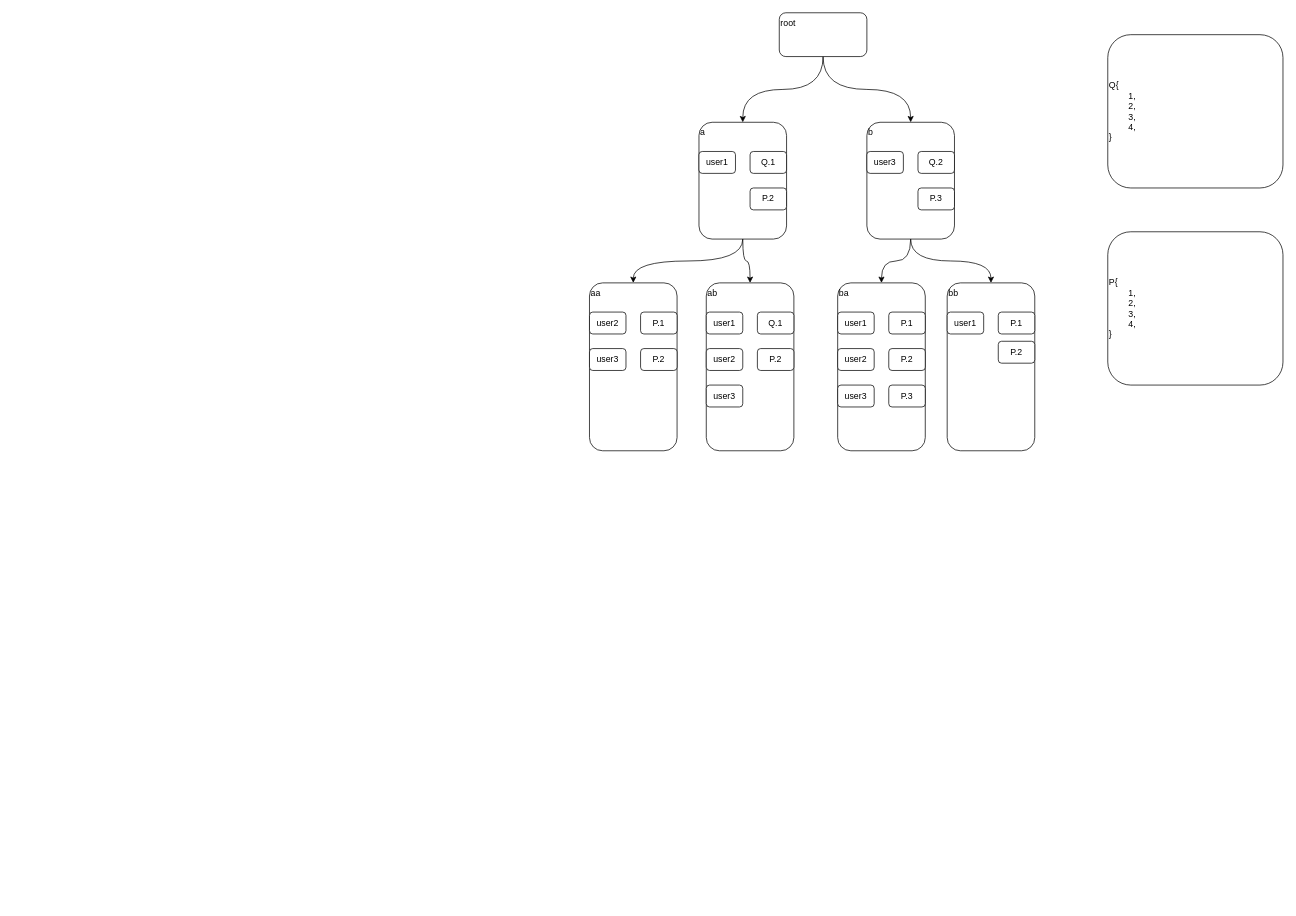
The draw.io diagram permission.drawio in xyfll7/xyfll7.github.io, before the edit. Source tidied: cells renumbered, new cells numbered last; positions are measured from the earlier drawing's top-left corner, leaving out a move shared by most shapes. Both pictures are drawn from the tidied source at 73%, with x=0, y=0 at pixel (589, 12).
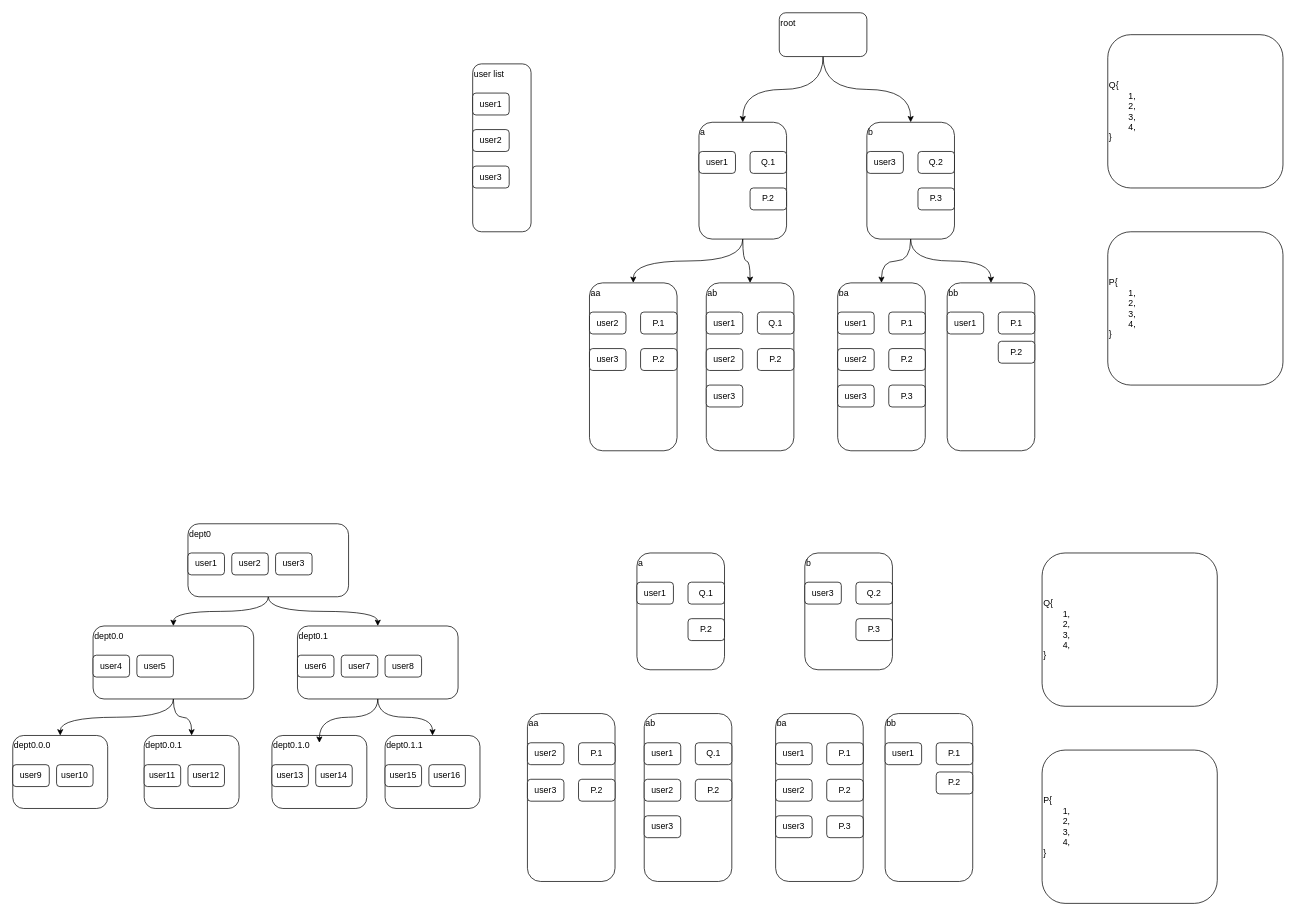
The same diagram, later.

Diff of the diagram source:
```diff
@@
+    <mxCell id="41" value="user list" style="rounded=1;whiteSpace=wrap;html=1;verticalAlign=top;align=left;" parent="1" vertex="1">
+      <mxGeometry x="-160" y="70" width="80" height="230" as="geometry" />
+    </mxCell>
+    <mxCell id="42" value="user1" style="rounded=1;whiteSpace=wrap;html=1;" parent="1" vertex="1">
+      <mxGeometry x="-160" y="110" width="50" height="30" as="geometry" />
+    </mxCell>
+    <mxCell id="43" value="user2" style="rounded=1;whiteSpace=wrap;html=1;" parent="1" vertex="1">
+      <mxGeometry x="-160" y="160" width="50" height="30" as="geometry" />
+    </mxCell>
+    <mxCell id="44" value="user3" style="rounded=1;whiteSpace=wrap;html=1;" parent="1" vertex="1">
+      <mxGeometry x="-160" y="210" width="50" height="30" as="geometry" />
+    </mxCell>
+    <mxCell id="45" value="a" style="rounded=1;whiteSpace=wrap;html=1;verticalAlign=top;align=left;" parent="1" vertex="1">
+      <mxGeometry x="65" y="740" width="120" height="160" as="geometry" />
+    </mxCell>
+    <mxCell id="46" value="b" style="rounded=1;whiteSpace=wrap;html=1;verticalAlign=top;align=left;" parent="1" vertex="1">
+      <mxGeometry x="295" y="740" width="120" height="160" as="geometry" />
+    </mxCell>
+    <mxCell id="47" value="aa" style="rounded=1;whiteSpace=wrap;html=1;verticalAlign=top;align=left;" parent="1" vertex="1">
+      <mxGeometry x="-85" y="960" width="120" height="230" as="geometry" />
+    </mxCell>
+    <mxCell id="48" value="bb" style="rounded=1;whiteSpace=wrap;html=1;verticalAlign=top;align=left;" parent="1" vertex="1">
+      <mxGeometry x="405" y="960" width="120" height="230" as="geometry" />
+    </mxCell>
+    <mxCell id="49" value="ab" style="rounded=1;whiteSpace=wrap;html=1;verticalAlign=top;align=left;" parent="1" vertex="1">
+      <mxGeometry x="75" y="960" width="120" height="230" as="geometry" />
+    </mxCell>
+    <mxCell id="50" value="ba" style="rounded=1;whiteSpace=wrap;html=1;verticalAlign=top;align=left;" parent="1" vertex="1">
+      <mxGeometry x="255" y="960" width="120" height="230" as="geometry" />
+    </mxCell>
+    <mxCell id="51" value="user1" style="rounded=1;whiteSpace=wrap;html=1;" parent="1" vertex="1">
+      <mxGeometry x="255" y="1000" width="50" height="30" as="geometry" />
+    </mxCell>
+    <mxCell id="52" value="user2" style="rounded=1;whiteSpace=wrap;html=1;" parent="1" vertex="1">
+      <mxGeometry x="255" y="1050" width="50" height="30" as="geometry" />
+    </mxCell>
+    <mxCell id="53" value="user3" style="rounded=1;whiteSpace=wrap;html=1;" parent="1" vertex="1">
+      <mxGeometry x="255" y="1100" width="50" height="30" as="geometry" />
+    </mxCell>
+    <mxCell id="54" value="user1" style="rounded=1;whiteSpace=wrap;html=1;" parent="1" vertex="1">
+      <mxGeometry x="75" y="1000" width="50" height="30" as="geometry" />
+    </mxCell>
+    <mxCell id="55" value="user2" style="rounded=1;whiteSpace=wrap;html=1;" parent="1" vertex="1">
+      <mxGeometry x="75" y="1050" width="50" height="30" as="geometry" />
+    </mxCell>
+    <mxCell id="56" value="user3" style="rounded=1;whiteSpace=wrap;html=1;" parent="1" vertex="1">
+      <mxGeometry x="75" y="1100" width="50" height="30" as="geometry" />
+    </mxCell>
+    <mxCell id="57" value="user3" style="rounded=1;whiteSpace=wrap;html=1;" parent="1" vertex="1">
+      <mxGeometry x="-85" y="1050" width="50" height="30" as="geometry" />
+    </mxCell>
+    <mxCell id="58" value="user2" style="rounded=1;whiteSpace=wrap;html=1;" parent="1" vertex="1">
+      <mxGeometry x="-85" y="1000" width="50" height="30" as="geometry" />
+    </mxCell>
+    <mxCell id="59" value="user1" style="rounded=1;whiteSpace=wrap;html=1;" parent="1" vertex="1">
+      <mxGeometry x="405" y="1000" width="50" height="30" as="geometry" />
+    </mxCell>
+    <mxCell id="60" value="user3" style="rounded=1;whiteSpace=wrap;html=1;" parent="1" vertex="1">
+      <mxGeometry x="295" y="780" width="50" height="30" as="geometry" />
+    </mxCell>
+    <mxCell id="61" value="user1" style="rounded=1;whiteSpace=wrap;html=1;" parent="1" vertex="1">
+      <mxGeometry x="65" y="780" width="50" height="30" as="geometry" />
+    </mxCell>
+    <mxCell id="62" value="P.1" style="rounded=1;whiteSpace=wrap;html=1;" parent="1" vertex="1">
+      <mxGeometry x="475" y="1000" width="50" height="30" as="geometry" />
+    </mxCell>
+    <mxCell id="63" value="P.2" style="rounded=1;whiteSpace=wrap;html=1;" parent="1" vertex="1">
+      <mxGeometry x="475" y="1040" width="50" height="30" as="geometry" />
+    </mxCell>
+    <mxCell id="64" value="P.1" style="rounded=1;whiteSpace=wrap;html=1;" parent="1" vertex="1">
+      <mxGeometry x="325" y="1000" width="50" height="30" as="geometry" />
+    </mxCell>
+    <mxCell id="65" value="P.2" style="rounded=1;whiteSpace=wrap;html=1;" parent="1" vertex="1">
+      <mxGeometry x="325" y="1050" width="50" height="30" as="geometry" />
+    </mxCell>
+    <mxCell id="66" value="P.3" style="rounded=1;whiteSpace=wrap;html=1;" parent="1" vertex="1">
+      <mxGeometry x="325" y="1100" width="50" height="30" as="geometry" />
+    </mxCell>
+    <mxCell id="67" value="Q.1" style="rounded=1;whiteSpace=wrap;html=1;" parent="1" vertex="1">
+      <mxGeometry x="145" y="1000" width="50" height="30" as="geometry" />
+    </mxCell>
+    <mxCell id="68" value="P.2" style="rounded=1;whiteSpace=wrap;html=1;" parent="1" vertex="1">
+      <mxGeometry x="145" y="1050" width="50" height="30" as="geometry" />
+    </mxCell>
+    <mxCell id="69" value="P.1" style="rounded=1;whiteSpace=wrap;html=1;" parent="1" vertex="1">
+      <mxGeometry x="-15" y="1000" width="50" height="30" as="geometry" />
+    </mxCell>
+    <mxCell id="70" value="P.2" style="rounded=1;whiteSpace=wrap;html=1;" parent="1" vertex="1">
+      <mxGeometry x="-15" y="1050" width="50" height="30" as="geometry" />
+    </mxCell>
+    <mxCell id="71" value="P.2" style="rounded=1;whiteSpace=wrap;html=1;" parent="1" vertex="1">
+      <mxGeometry x="135" y="830" width="50" height="30" as="geometry" />
+    </mxCell>
+    <mxCell id="72" value="Q.2" style="rounded=1;whiteSpace=wrap;html=1;" parent="1" vertex="1">
+      <mxGeometry x="365" y="780" width="50" height="30" as="geometry" />
+    </mxCell>
+    <mxCell id="73" value="P.3" style="rounded=1;whiteSpace=wrap;html=1;" parent="1" vertex="1">
+      <mxGeometry x="365" y="830" width="50" height="30" as="geometry" />
+    </mxCell>
+    <mxCell id="74" value="Q{&amp;nbsp;&lt;br&gt;&amp;nbsp; &amp;nbsp; &amp;nbsp; &amp;nbsp; 1,&lt;br&gt;&amp;nbsp; &amp;nbsp; &amp;nbsp; &amp;nbsp; 2,&lt;div&gt;&amp;nbsp; &amp;nbsp; &amp;nbsp; &amp;nbsp; 3,&lt;/div&gt;&lt;div&gt;&amp;nbsp; &amp;nbsp; &amp;nbsp; &amp;nbsp; 4,&lt;br&gt;&lt;div style=&quot;&quot;&gt;&lt;span style=&quot;background-color: transparent; color: light-dark(rgb(0, 0, 0), rgb(255, 255, 255));&quot;&gt;}&lt;/span&gt;&lt;/div&gt;&lt;/div&gt;" style="rounded=1;whiteSpace=wrap;html=1;align=left;" parent="1" vertex="1">
+      <mxGeometry x="620" y="740" width="240" height="210" as="geometry" />
+    </mxCell>
+    <mxCell id="75" value="P{&amp;nbsp;&lt;br&gt;&amp;nbsp; &amp;nbsp; &amp;nbsp; &amp;nbsp; 1,&lt;br&gt;&amp;nbsp; &amp;nbsp; &amp;nbsp; &amp;nbsp; 2,&lt;div&gt;&amp;nbsp; &amp;nbsp; &amp;nbsp; &amp;nbsp; 3,&lt;/div&gt;&lt;div&gt;&amp;nbsp; &amp;nbsp; &amp;nbsp; &amp;nbsp; 4,&lt;br&gt;&lt;div style=&quot;&quot;&gt;&lt;span style=&quot;background-color: transparent; color: light-dark(rgb(0, 0, 0), rgb(255, 255, 255));&quot;&gt;}&lt;/span&gt;&lt;/div&gt;&lt;/div&gt;" style="rounded=1;whiteSpace=wrap;html=1;align=left;" parent="1" vertex="1">
+      <mxGeometry x="620" y="1010" width="240" height="210" as="geometry" />
+    </mxCell>
+    <mxCell id="76" value="Q.1" style="rounded=1;whiteSpace=wrap;html=1;" parent="1" vertex="1">
+      <mxGeometry x="135" y="780" width="50" height="30" as="geometry" />
+    </mxCell>
+    <mxCell id="77" style="edgeStyle=orthogonalEdgeStyle;rounded=0;jettySize=auto;html=1;curved=1;" parent="1" edge="1" source="79" target="85">
+      <mxGeometry relative="1" as="geometry" />
+    </mxCell>
+    <mxCell id="78" style="edgeStyle=orthogonalEdgeStyle;rounded=0;jettySize=auto;html=1;exitX=0.5;exitY=1;exitDx=0;exitDy=0;curved=1;" parent="1" edge="1" source="79" target="89">
+      <mxGeometry relative="1" as="geometry" />
+    </mxCell>
+    <mxCell id="79" value="dept0" style="rounded=1;whiteSpace=wrap;html=1;verticalAlign=top;align=left;" parent="1" vertex="1">
+      <mxGeometry x="-550" y="700" width="220" height="100" as="geometry" />
+    </mxCell>
+    <mxCell id="80" value="user1" style="rounded=1;whiteSpace=wrap;html=1;" parent="1" vertex="1">
+      <mxGeometry x="-550" y="740" width="50" height="30" as="geometry" />
+    </mxCell>
+    <mxCell id="81" value="user2" style="rounded=1;whiteSpace=wrap;html=1;" parent="1" vertex="1">
+      <mxGeometry x="-490" y="740" width="50" height="30" as="geometry" />
+    </mxCell>
+    <mxCell id="82" value="user3" style="rounded=1;whiteSpace=wrap;html=1;" parent="1" vertex="1">
+      <mxGeometry x="-430" y="740" width="50" height="30" as="geometry" />
+    </mxCell>
+    <mxCell id="83" style="edgeStyle=orthogonalEdgeStyle;curved=1;rounded=0;jettySize=auto;html=1;exitX=0.5;exitY=1;exitDx=0;exitDy=0;" parent="1" edge="1" source="85" target="97">
+      <mxGeometry relative="1" as="geometry" />
+    </mxCell>
+    <mxCell id="84" style="edgeStyle=orthogonalEdgeStyle;curved=1;rounded=0;jettySize=auto;html=1;exitX=0.5;exitY=1;exitDx=0;exitDy=0;" parent="1" edge="1" source="85" target="100">
+      <mxGeometry relative="1" as="geometry" />
+    </mxCell>
+    <mxCell id="85" value="dept0.0" style="rounded=1;whiteSpace=wrap;html=1;verticalAlign=top;align=left;" parent="1" vertex="1">
+      <mxGeometry x="-680" y="840" width="220" height="100" as="geometry" />
+    </mxCell>
+    <mxCell id="86" value="user4" style="rounded=1;whiteSpace=wrap;html=1;" parent="1" vertex="1">
+      <mxGeometry x="-680" y="880" width="50" height="30" as="geometry" />
+    </mxCell>
+    <mxCell id="87" value="user5" style="rounded=1;whiteSpace=wrap;html=1;" parent="1" vertex="1">
+      <mxGeometry x="-620" y="880" width="50" height="30" as="geometry" />
+    </mxCell>
+    <mxCell id="88" style="edgeStyle=orthogonalEdgeStyle;curved=1;rounded=0;jettySize=auto;html=1;exitX=0.5;exitY=1;exitDx=0;exitDy=0;entryX=0.5;entryY=0;entryDx=0;entryDy=0;" parent="1" edge="1" source="89" target="103">
+      <mxGeometry relative="1" as="geometry" />
+    </mxCell>
+    <mxCell id="89" value="dept0.1" style="rounded=1;whiteSpace=wrap;html=1;verticalAlign=top;align=left;" parent="1" vertex="1">
+      <mxGeometry x="-400" y="840" width="220" height="100" as="geometry" />
+    </mxCell>
+    <mxCell id="90" value="user6" style="rounded=1;whiteSpace=wrap;html=1;" parent="1" vertex="1">
+      <mxGeometry x="-400" y="880" width="50" height="30" as="geometry" />
+    </mxCell>
+    <mxCell id="91" value="user7" style="rounded=1;whiteSpace=wrap;html=1;" parent="1" vertex="1">
+      <mxGeometry x="-340" y="880" width="50" height="30" as="geometry" />
+    </mxCell>
+    <mxCell id="92" value="user8" style="rounded=1;whiteSpace=wrap;html=1;" parent="1" vertex="1">
+      <mxGeometry x="-280" y="880" width="50" height="30" as="geometry" />
+    </mxCell>
+    <mxCell id="93" value="dept0.1.0" style="rounded=1;whiteSpace=wrap;html=1;verticalAlign=top;align=left;" parent="1" vertex="1">
+      <mxGeometry x="-435" y="990" width="130" height="100" as="geometry" />
+    </mxCell>
+    <mxCell id="94" value="user13" style="rounded=1;whiteSpace=wrap;html=1;" parent="1" vertex="1">
+      <mxGeometry x="-435" y="1030" width="50" height="30" as="geometry" />
+    </mxCell>
+    <mxCell id="95" value="user14" style="rounded=1;whiteSpace=wrap;html=1;" parent="1" vertex="1">
+      <mxGeometry x="-375" y="1030" width="50" height="30" as="geometry" />
+    </mxCell>
+    <mxCell id="96" style="edgeStyle=orthogonalEdgeStyle;curved=1;rounded=0;jettySize=auto;html=1;exitX=0.5;exitY=1;exitDx=0;exitDy=0;entryX=0.5;entryY=0.1;entryDx=0;entryDy=0;entryPerimeter=0;" parent="1" edge="1" source="89" target="93">
+      <mxGeometry relative="1" as="geometry" />
+    </mxCell>
+    <mxCell id="97" value="dept0.0.0" style="rounded=1;whiteSpace=wrap;html=1;verticalAlign=top;align=left;" parent="1" vertex="1">
+      <mxGeometry x="-790" y="990" width="130" height="100" as="geometry" />
+    </mxCell>
+    <mxCell id="98" value="user9" style="rounded=1;whiteSpace=wrap;html=1;" parent="1" vertex="1">
+      <mxGeometry x="-790" y="1030" width="50" height="30" as="geometry" />
+    </mxCell>
+    <mxCell id="99" value="user10" style="rounded=1;whiteSpace=wrap;html=1;" parent="1" vertex="1">
+      <mxGeometry x="-730" y="1030" width="50" height="30" as="geometry" />
+    </mxCell>
+    <mxCell id="100" value="dept0.0.1" style="rounded=1;whiteSpace=wrap;html=1;verticalAlign=top;align=left;" parent="1" vertex="1">
+      <mxGeometry x="-610" y="990" width="130" height="100" as="geometry" />
+    </mxCell>
+    <mxCell id="101" value="user11" style="rounded=1;whiteSpace=wrap;html=1;" parent="1" vertex="1">
+      <mxGeometry x="-610" y="1030" width="50" height="30" as="geometry" />
+    </mxCell>
+    <mxCell id="102" value="user12" style="rounded=1;whiteSpace=wrap;html=1;" parent="1" vertex="1">
+      <mxGeometry x="-550" y="1030" width="50" height="30" as="geometry" />
+    </mxCell>
+    <mxCell id="103" value="dept0.1.1" style="rounded=1;whiteSpace=wrap;html=1;verticalAlign=top;align=left;" parent="1" vertex="1">
+      <mxGeometry x="-280" y="990" width="130" height="100" as="geometry" />
+    </mxCell>
+    <mxCell id="104" value="user15" style="rounded=1;whiteSpace=wrap;html=1;" parent="1" vertex="1">
+      <mxGeometry x="-280" y="1030" width="50" height="30" as="geometry" />
+    </mxCell>
+    <mxCell id="105" value="user16" style="rounded=1;whiteSpace=wrap;html=1;" parent="1" vertex="1">
+      <mxGeometry x="-220" y="1030" width="50" height="30" as="geometry" />
+    </mxCell>
```
